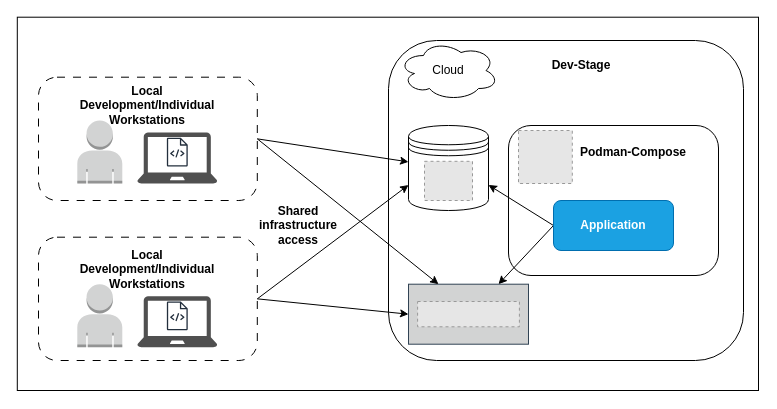
Earlier version of the draw.io diagram documentation/diagrams/InfrastructureDevStage.drawio (normanboettcher/BotPilot). Source tidied: cells renumbered, new cells numbered last; positions are measured from the earlier drawing's top-left corner, leaving out a move shared by most shapes. Both pictures are drawn from the tidied source at 100%, with x=0, y=0 at pixel (17, 17). Pictures stored in the file or linked from it are replaced by grey dashed boxes.
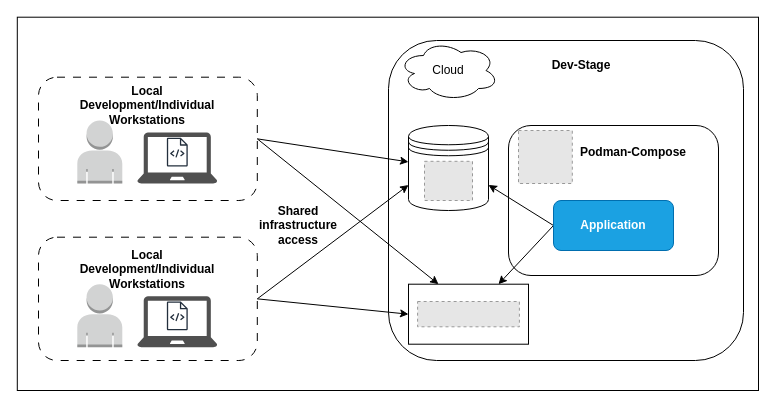
Above is the later version.

Commit message (it also covers changes not shown here):
Changed - InfrastructureDevStage diagram

Change to the diagram source:
```diff
@@
-    <mxCell id="29" style="rounded=0;whiteSpace=wrap;html=1;fillColor=light-dark(#d2d3d3, #121212);fontColor=#ffffff;strokeColor=#314354;" parent="1" vertex="1">
+    <mxCell id="29" style="rounded=0;whiteSpace=wrap;html=1;" parent="1" vertex="1">
       <mxGeometry x="391" y="266.7" width="120" height="60" as="geometry" />
     </mxCell>
```
